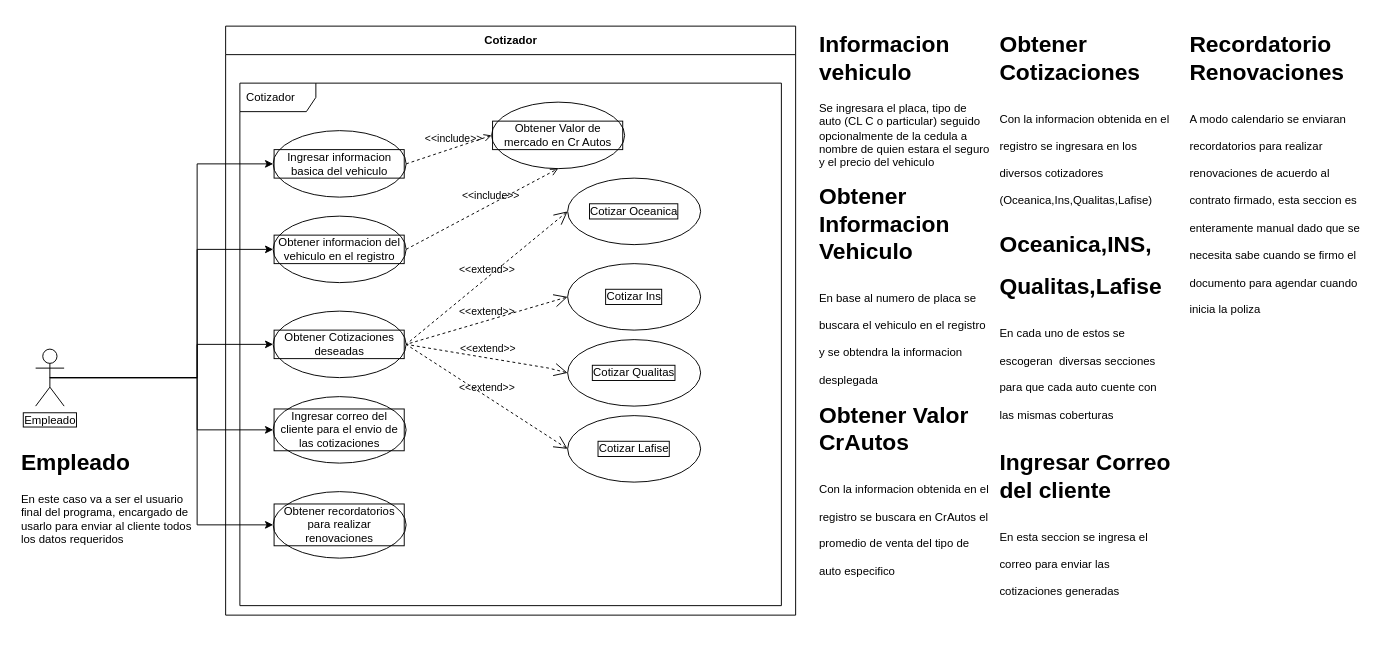
Before: page "Page-1" (1 of 2) of Untitled Diagram.drawio in sebastuan4/Proyecto-Cotizaciones.IO, a draw.io diagram. Source tidied: cells renumbered, new cells numbered last; positions are measured from the earlier drawing's top-left corner, leaving out a move shared by most shapes. Both pictures are drawn from the tidied source at 95%, with x=0, y=0 at pixel (16, 26).
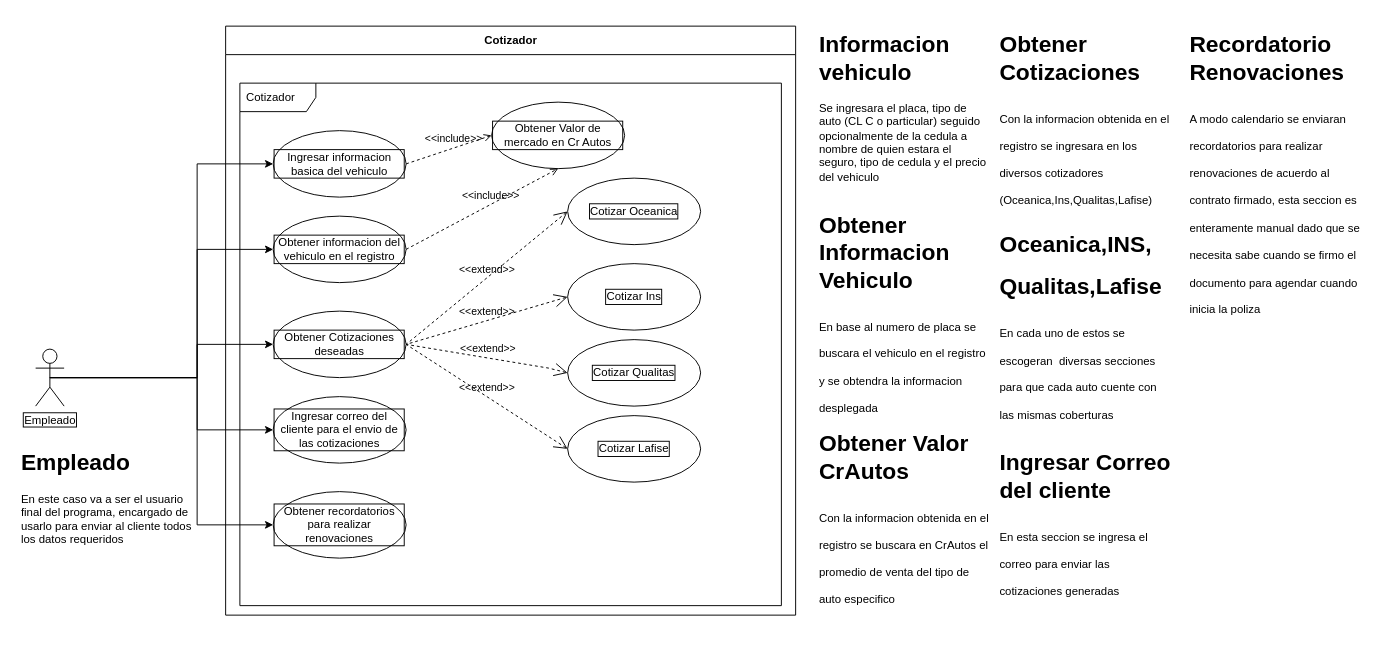
After the change.

Commit message:
Correcion_Informaicon_Vehiculo

Change to the diagram source:
```diff
@@
-    <mxCell id="27" value="&lt;h1&gt;&lt;span style=&quot;background-color: initial;&quot;&gt;Informacion vehiculo&lt;/span&gt;&lt;/h1&gt;&lt;div&gt;Se ingresara el placa, tipo de auto (CL C o particular) seguido opcionalmente de la cedula a nombre de quien estara el seguro y el precio del vehiculo&lt;/div&gt;" style="text;html=1;strokeColor=none;fillColor=none;spacing=5;spacingTop=-20;whiteSpace=wrap;overflow=hidden;rounded=0;" parent="1" vertex="1">
-      <mxGeometry x="840" width="190" height="160" as="geometry" />
+    <mxCell id="27" value="&lt;h1&gt;&lt;span style=&quot;background-color: initial;&quot;&gt;Informacion vehiculo&lt;/span&gt;&lt;/h1&gt;&lt;div&gt;Se ingresara el placa, tipo de auto (CL C o particular) seguido opcionalmente de la cedula a nombre de quien estara el seguro, tipo de cedula y el precio del vehiculo&lt;/div&gt;" style="text;html=1;strokeColor=none;fillColor=none;spacing=5;spacingTop=-20;whiteSpace=wrap;overflow=hidden;rounded=0;" parent="1" vertex="1">
+      <mxGeometry x="840" width="190" height="180" as="geometry" />
     </mxCell>
     <mxCell id="28" value="&lt;h1&gt;&lt;span style=&quot;background-color: initial;&quot;&gt;Obtener Informacion Vehiculo&lt;/span&gt;&lt;/h1&gt;&lt;h1&gt;&lt;span style=&quot;font-size: 12px; font-weight: 400;&quot;&gt;En base al numero de placa se buscara el vehiculo en el registro y se obtendra la informacion desplegada&lt;/span&gt;&lt;/h1&gt;&lt;div&gt;&lt;br&gt;&lt;/div&gt;" style="text;html=1;strokeColor=none;fillColor=none;spacing=5;spacingTop=-20;whiteSpace=wrap;overflow=hidden;rounded=0;" parent="1" vertex="1">
-      <mxGeometry x="840" y="160" width="190" height="220" as="geometry" />
+      <mxGeometry x="840" y="190" width="190" height="220" as="geometry" />
     </mxCell>
     <mxCell id="29" value="&lt;h1&gt;&lt;span style=&quot;background-color: initial;&quot;&gt;Obtener Valor CrAutos&lt;/span&gt;&lt;/h1&gt;&lt;h1&gt;&lt;span style=&quot;font-size: 12px; font-weight: 400;&quot;&gt;Con la informacion obtenida en el registro se buscara en CrAutos el promedio de venta del tipo de auto especifico&lt;/span&gt;&lt;/h1&gt;&lt;div&gt;&lt;br&gt;&lt;/div&gt;" style="text;html=1;strokeColor=none;fillColor=none;spacing=5;spacingTop=-20;whiteSpace=wrap;overflow=hidden;rounded=0;" parent="1" vertex="1">
-      <mxGeometry x="840" y="390" width="190" height="200" as="geometry" />
+      <mxGeometry x="840" y="420" width="190" height="200" as="geometry" />
     </mxCell>
```
